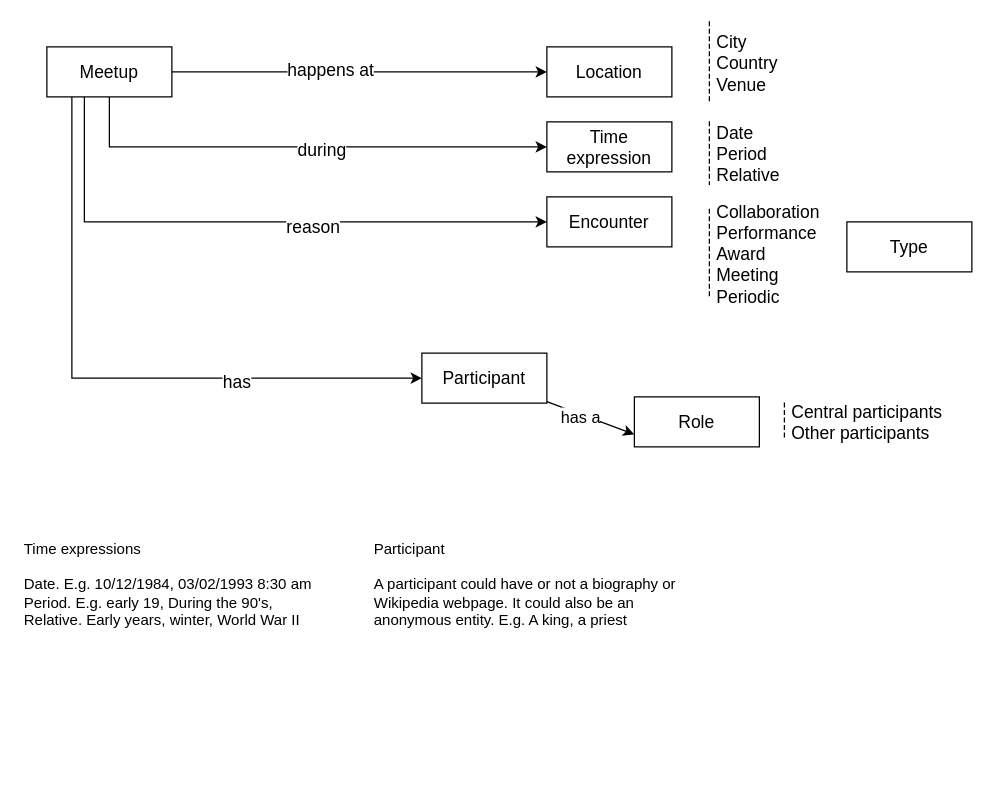
This is page "Ideas" (1 of 2) of meetups-ontology.drawio from albamoralest/meetups_pilot, a draw.io file, before an edit. Source tidied: cells renumbered, new cells numbered last; positions are measured from the earlier drawing's top-left corner, leaving out a move shared by most shapes. Both pictures are drawn from the tidied source at 125%, with x=0, y=0 at pixel (21, 21).
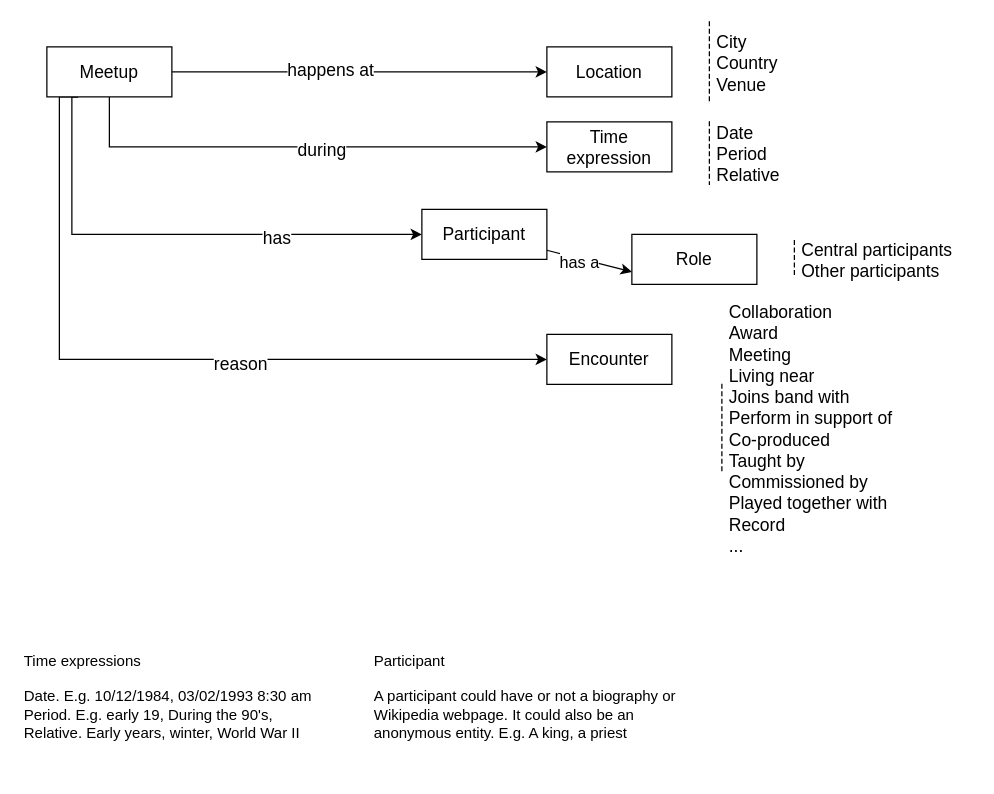
Above is the later version.

The change refers to these unchanged cells:
```xml
<mxCell id="10" value="Meetup" style="whiteSpace=wrap;html=1;align=center;fontSize=14;" parent="1" vertex="1">
  <mxGeometry x="20" y="20" width="100" height="40" as="geometry" />
</mxCell>
```

The edit, as a diff of the source:
```diff
@@
-    <mxCell id="6" style="edgeStyle=orthogonalEdgeStyle;rounded=0;jettySize=auto;html=1;entryX=0;entryY=0.5;entryDx=0;entryDy=0;fontSize=14;" parent="1" edge="1" source="10" target="13">
+    <mxCell id="6" style="edgeStyle=orthogonalEdgeStyle;rounded=0;jettySize=auto;html=1;fontSize=14;entryX=0;entryY=0.5;entryDx=0;entryDy=0;exitX=0.25;exitY=1;exitDx=0;exitDy=0;" parent="1" edge="1" source="10" target="13">
       <mxGeometry relative="1" as="geometry">
         <Array as="points">
-          <mxPoint x="50" y="160" />
+          <mxPoint x="30" y="60" />
+          <mxPoint x="30" y="270" />
         </Array>
       </mxGeometry>
     </mxCell>
@@
-    <mxCell id="8" style="edgeStyle=orthogonalEdgeStyle;rounded=0;jettySize=auto;html=1;entryX=0;entryY=0.5;entryDx=0;entryDy=0;fontSize=14;" parent="1" edge="1" source="10" target="27">
+    <mxCell id="8" style="edgeStyle=orthogonalEdgeStyle;rounded=0;jettySize=auto;html=1;entryX=0;entryY=0.5;entryDx=0;entryDy=0;fontSize=14;exitX=0.25;exitY=1;exitDx=0;exitDy=0;" parent="1" edge="1" source="10" target="27">
       <mxGeometry relative="1" as="geometry">
         <Array as="points">
-          <mxPoint x="40" y="285" />
+          <mxPoint x="40" y="60" />
+          <mxPoint x="40" y="170" />
         </Array>
       </mxGeometry>
     </mxCell>
@@
     <mxCell id="13" value="Encounter" style="whiteSpace=wrap;html=1;align=center;fontSize=14;" parent="1" vertex="1">
-      <mxGeometry x="420" y="140" width="100" height="40" as="geometry" />
+      <mxGeometry x="420" y="250" width="100" height="40" as="geometry" />
     </mxCell>
-    <mxCell id="14" value="Collaboration&#10;Performance&#10;Award&#10;Meeting&#10;Periodic" style="shape=partialRectangle;fillColor=none;align=left;verticalAlign=middle;strokeColor=none;spacingLeft=34;fontSize=14;" parent="1" vertex="1">
-      <mxGeometry x="520" y="150" width="90" height="70" as="geometry" />
+    <mxCell id="14" value="Collaboration&#10;Award&#10;Meeting&#10;Living near&#10;Joins band with&#10;Perform in support of&#10;Co-produced&#10;Taught by&#10;Commissioned by&#10;Played together with&#10;Record&#10;..." style="shape=partialRectangle;fillColor=none;align=left;verticalAlign=middle;strokeColor=none;spacingLeft=34;fontSize=14;" parent="1" vertex="1">
+      <mxGeometry x="530" y="290" width="90" height="70" as="geometry" />
     </mxCell>
@@
     <mxCell id="18" value="Central participants&#10;Other participants" style="shape=partialRectangle;fillColor=none;align=left;verticalAlign=middle;strokeColor=none;spacingLeft=34;fontSize=14;" parent="1" vertex="1">
-      <mxGeometry x="580" y="305" width="90" height="30" as="geometry" />
+      <mxGeometry x="588" y="175" width="90" height="30" as="geometry" />
     </mxCell>
@@
-    <mxCell id="24" value="Type" style="whiteSpace=wrap;html=1;align=center;fontSize=14;" parent="1" vertex="1">
-      <mxGeometry x="660" y="160" width="100" height="40" as="geometry" />
-    </mxCell>
     <mxCell id="25" value="Time expressions&lt;br&gt;&lt;br&gt;Date. E.g. 10/12/1984, 03/02/1993 8:30 am&lt;br&gt;Period. E.g. early 19, During the 90's,&amp;nbsp;&lt;br&gt;Relative. Early years, winter, World War II" style="text;html=1;strokeColor=none;fillColor=none;align=left;verticalAlign=middle;whiteSpace=wrap;rounded=0;" parent="1" vertex="1">
-      <mxGeometry y="390" width="270" height="120" as="geometry" />
+      <mxGeometry y="480" width="270" height="120" as="geometry" />
     </mxCell>
     <mxCell id="26" value="Role" style="whiteSpace=wrap;html=1;align=center;fontSize=14;" parent="1" vertex="1">
-      <mxGeometry x="490" y="300" width="100" height="40" as="geometry" />
+      <mxGeometry x="488" y="170" width="100" height="40" as="geometry" />
     </mxCell>
     <mxCell id="27" value="Participant" style="whiteSpace=wrap;html=1;align=center;fontSize=14;" parent="1" vertex="1">
-      <mxGeometry x="320" y="265" width="100" height="40" as="geometry" />
+      <mxGeometry x="320" y="150" width="100" height="40" as="geometry" />
     </mxCell>
     <mxCell id="28" value="Participant&lt;br&gt;&lt;br&gt;A participant could have or not a biography or Wikipedia webpage. It could also be an anonymous entity. E.g. A king, a priest" style="text;html=1;strokeColor=none;fillColor=none;align=left;verticalAlign=middle;whiteSpace=wrap;rounded=0;" parent="1" vertex="1">
-      <mxGeometry x="280" y="390" width="270" height="120" as="geometry" />
+      <mxGeometry x="280" y="480" width="270" height="120" as="geometry" />
     </mxCell>
```
